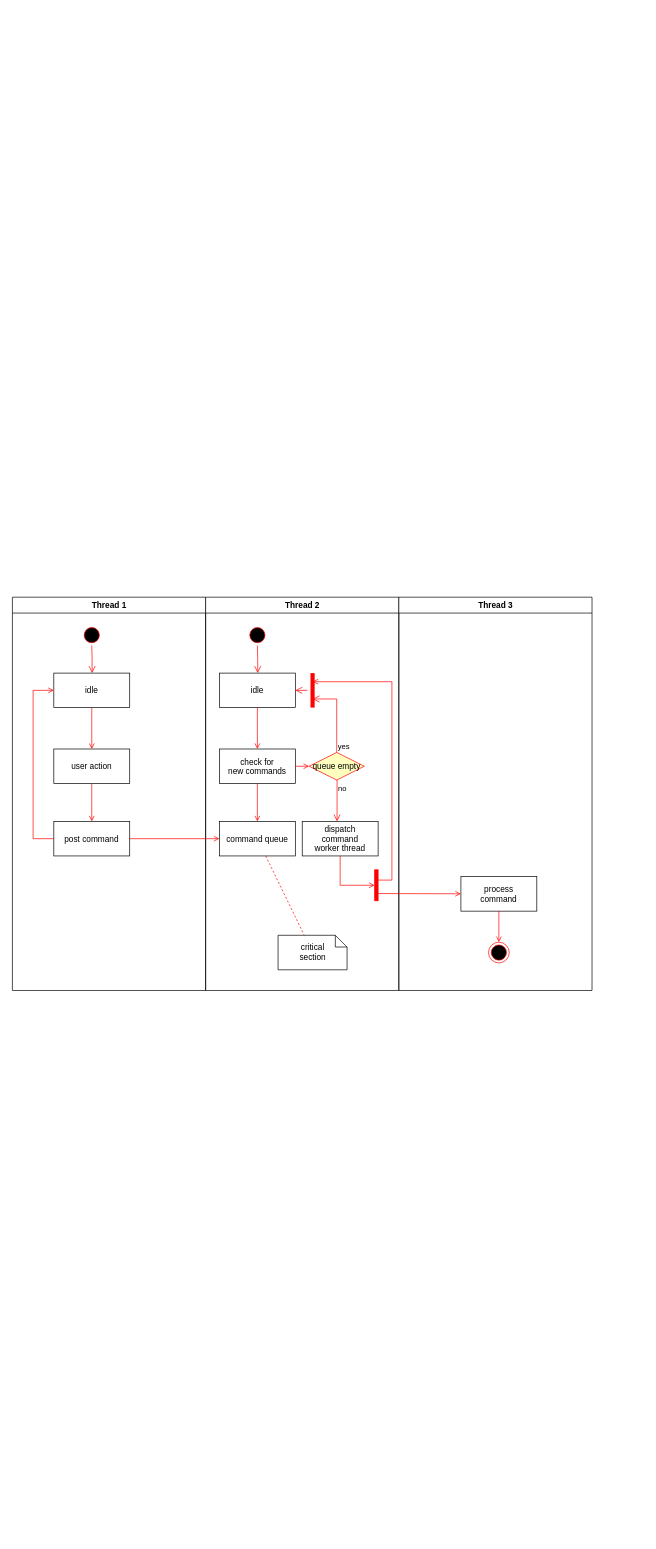
The draw.io diagram diagrams/Act Diag.drawio in ParthKapoor-dev/Purity.AI, before the edit. Source tidied: cells renumbered, new cells numbered last; positions are measured from the earlier drawing's top-left corner, leaving out a move shared by most shapes. Both pictures are drawn from the tidied source at 69%, with x=0, y=0 at pixel (12, 597).
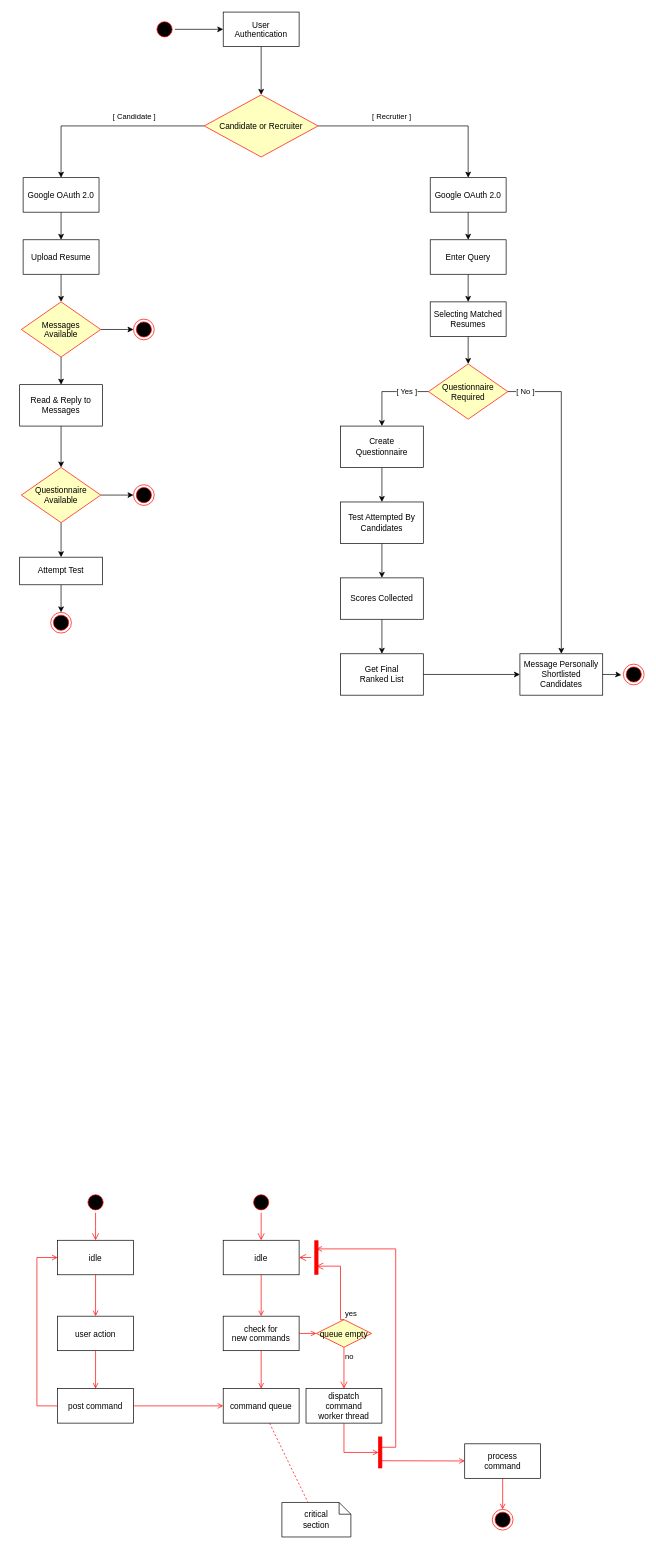
The same diagram, later.

The edit, as a diff of the source:
```diff
@@
-    <mxCell id="2" value="Thread 1" style="swimlane;whiteSpace=wrap;" parent="1" vertex="1">
-      <mxGeometry x="0.5" width="280" height="570" as="geometry" />
-    </mxCell>
-    <mxCell id="3" style="ellipse;shape=startState;fillColor=#000000;strokeColor=#ff0000;" parent="2" vertex="1">
-      <mxGeometry x="100" y="40" width="30" height="30" as="geometry" />
+    <mxCell id="3" style="ellipse;shape=startState;fillColor=#000000;strokeColor=#ff0000;" parent="1" vertex="1">
+      <mxGeometry x="106" y="862" width="30" height="30" as="geometry" />
     </mxCell>
-    <mxCell id="4" style="edgeStyle=elbowEdgeStyle;elbow=horizontal;verticalAlign=bottom;endArrow=open;endSize=8;strokeColor=#FF0000;endFill=1;rounded=0;" parent="2" edge="1" source="3" target="5">
-      <mxGeometry x="100" y="40" as="geometry" />
+    <mxCell id="4" style="edgeStyle=elbowEdgeStyle;elbow=horizontal;verticalAlign=bottom;endArrow=open;endSize=8;strokeColor=#FF0000;endFill=1;rounded=0;" parent="1" edge="1" source="3" target="5">
+      <mxGeometry x="264.5" y="168" as="geometry" />
     </mxCell>
-    <mxCell id="5" value="idle" parent="2" vertex="1">
-      <mxGeometry x="60" y="110" width="110" height="50" as="geometry" />
+    <mxCell id="5" value="idle" parent="1" vertex="1">
+      <mxGeometry x="66" y="932" width="110" height="50" as="geometry" />
     </mxCell>
-    <mxCell id="6" value="user action" parent="2" vertex="1">
-      <mxGeometry x="60" y="220" width="110" height="50" as="geometry" />
+    <mxCell id="6" value="user action" parent="1" vertex="1">
+      <mxGeometry x="66" y="1042" width="110" height="50" as="geometry" />
     </mxCell>
-    <mxCell id="7" style="endArrow=open;strokeColor=#FF0000;endFill=1;rounded=0;" parent="2" edge="1" source="5" target="6">
+    <mxCell id="7" style="endArrow=open;strokeColor=#FF0000;endFill=1;rounded=0;" parent="1" edge="1" source="5" target="6">
       <mxGeometry relative="1" as="geometry" />
     </mxCell>
-    <mxCell id="8" value="post command" parent="2" vertex="1">
-      <mxGeometry x="60" y="325" width="110" height="50" as="geometry" />
+    <mxCell id="8" value="post command" parent="1" vertex="1">
+      <mxGeometry x="66" y="1147" width="110" height="50" as="geometry" />
     </mxCell>
-    <mxCell id="9" style="endArrow=open;strokeColor=#FF0000;endFill=1;rounded=0;" parent="2" edge="1" source="6" target="8">
+    <mxCell id="9" style="endArrow=open;strokeColor=#FF0000;endFill=1;rounded=0;" parent="1" edge="1" source="6" target="8">
       <mxGeometry relative="1" as="geometry" />
     </mxCell>
-    <mxCell id="10" style="edgeStyle=elbowEdgeStyle;elbow=horizontal;strokeColor=#FF0000;endArrow=open;endFill=1;rounded=0;" parent="2" edge="1" source="8" target="5">
+    <mxCell id="10" style="edgeStyle=elbowEdgeStyle;elbow=horizontal;strokeColor=#FF0000;endArrow=open;endFill=1;rounded=0;" parent="1" edge="1" source="8" target="5">
       <mxGeometry relative="1" as="geometry">
         <Array as="points">
-          <mxPoint x="30" y="250" />
+          <mxPoint x="36" y="1072" />
         </Array>
       </mxGeometry>
     </mxCell>
-    <mxCell id="11" value="Thread 2" style="swimlane;whiteSpace=wrap;" parent="1" vertex="1">
-      <mxGeometry x="280.5" width="280" height="570" as="geometry" />
-    </mxCell>
-    <mxCell id="12" style="ellipse;shape=startState;fillColor=#000000;strokeColor=#ff0000;" parent="11" vertex="1">
-      <mxGeometry x="60" y="40" width="30" height="30" as="geometry" />
+    <mxCell id="12" style="ellipse;shape=startState;fillColor=#000000;strokeColor=#ff0000;" parent="1" vertex="1">
+      <mxGeometry x="346" y="862" width="30" height="30" as="geometry" />
     </mxCell>
-    <mxCell id="13" style="edgeStyle=elbowEdgeStyle;elbow=horizontal;verticalAlign=bottom;endArrow=open;endSize=8;strokeColor=#FF0000;endFill=1;rounded=0;" parent="11" edge="1" source="12" target="14">
-      <mxGeometry x="40" y="20" as="geometry" />
+    <mxCell id="13" style="edgeStyle=elbowEdgeStyle;elbow=horizontal;verticalAlign=bottom;endArrow=open;endSize=8;strokeColor=#FF0000;endFill=1;rounded=0;" parent="1" edge="1" source="12" target="14">
+      <mxGeometry x="484.5" y="148" as="geometry" />
     </mxCell>
-    <mxCell id="14" value="idle" parent="11" vertex="1">
-      <mxGeometry x="20" y="110" width="110" height="50" as="geometry" />
+    <mxCell id="14" value="idle" parent="1" vertex="1">
+      <mxGeometry x="306" y="932" width="110" height="50" as="geometry" />
     </mxCell>
-    <mxCell id="15" value="check for &#10;new commands" parent="11" vertex="1">
-      <mxGeometry x="20" y="220" width="110" height="50" as="geometry" />
+    <mxCell id="15" value="check for &#10;new commands" parent="1" vertex="1">
+      <mxGeometry x="306" y="1042" width="110" height="50" as="geometry" />
     </mxCell>
-    <mxCell id="16" style="endArrow=open;strokeColor=#FF0000;endFill=1;rounded=0;" parent="11" edge="1" source="14" target="15">
+    <mxCell id="16" style="endArrow=open;strokeColor=#FF0000;endFill=1;rounded=0;" parent="1" edge="1" source="14" target="15">
       <mxGeometry relative="1" as="geometry" />
     </mxCell>
-    <mxCell id="17" value="command queue" parent="11" vertex="1">
-      <mxGeometry x="20" y="325" width="110" height="50" as="geometry" />
+    <mxCell id="17" value="command queue" parent="1" vertex="1">
+      <mxGeometry x="306" y="1147" width="110" height="50" as="geometry" />
     </mxCell>
-    <mxCell id="18" style="endArrow=open;strokeColor=#FF0000;endFill=1;rounded=0;" parent="11" edge="1" source="15" target="17">
+    <mxCell id="18" style="endArrow=open;strokeColor=#FF0000;endFill=1;rounded=0;" parent="1" edge="1" source="15" target="17">
       <mxGeometry relative="1" as="geometry" />
     </mxCell>
-    <mxCell id="19" value="queue empty" style="rhombus;fillColor=#ffffc0;strokeColor=#ff0000;" parent="11" vertex="1">
-      <mxGeometry x="150" y="225" width="80" height="40" as="geometry" />
+    <mxCell id="19" value="queue empty" style="rhombus;fillColor=#ffffc0;strokeColor=#ff0000;" parent="1" vertex="1">
+      <mxGeometry x="441" y="1047" width="80" height="40" as="geometry" />
     </mxCell>
-    <mxCell id="20" value="yes" style="edgeStyle=elbowEdgeStyle;elbow=horizontal;align=left;verticalAlign=bottom;endArrow=open;endSize=8;strokeColor=#FF0000;exitX=0.5;exitY=0;endFill=1;rounded=0;entryX=0.75;entryY=0.5;entryPerimeter=0;" parent="11" edge="1" source="19" target="23">
+    <mxCell id="20" value="yes" style="edgeStyle=elbowEdgeStyle;elbow=horizontal;align=left;verticalAlign=bottom;endArrow=open;endSize=8;strokeColor=#FF0000;exitX=0.5;exitY=0;endFill=1;rounded=0;entryX=0.75;entryY=0.5;entryPerimeter=0;" parent="1" edge="1" source="19" target="23">
       <mxGeometry x="-1" relative="1" as="geometry">
         <Array as="points">
-          <mxPoint x="190" y="180" />
+          <mxPoint x="476" y="1002" />
         </Array>
       </mxGeometry>
     </mxCell>
-    <mxCell id="21" value="no" style="edgeStyle=elbowEdgeStyle;elbow=horizontal;align=left;verticalAlign=top;endArrow=open;endSize=8;strokeColor=#FF0000;endFill=1;rounded=0;" parent="11" edge="1" source="19" target="25">
+    <mxCell id="21" value="no" style="edgeStyle=elbowEdgeStyle;elbow=horizontal;align=left;verticalAlign=top;endArrow=open;endSize=8;strokeColor=#FF0000;endFill=1;rounded=0;" parent="1" edge="1" source="19" target="25">
       <mxGeometry x="-1" relative="1" as="geometry" />
     </mxCell>
-    <mxCell id="22" style="endArrow=open;strokeColor=#FF0000;endFill=1;rounded=0;" parent="11" edge="1" source="15" target="19">
+    <mxCell id="22" style="endArrow=open;strokeColor=#FF0000;endFill=1;rounded=0;" parent="1" edge="1" source="15" target="19">
       <mxGeometry relative="1" as="geometry" />
     </mxCell>
-    <mxCell id="23" style="shape=line;strokeWidth=6;strokeColor=#ff0000;rotation=90;" parent="11" vertex="1">
-      <mxGeometry x="130" y="127.5" width="50" height="15" as="geometry" />
+    <mxCell id="23" style="shape=line;strokeWidth=6;strokeColor=#ff0000;rotation=90;" parent="1" vertex="1">
+      <mxGeometry x="416" y="949.5" width="50" height="15" as="geometry" />
     </mxCell>
-    <mxCell id="24" style="edgeStyle=elbowEdgeStyle;elbow=horizontal;verticalAlign=bottom;endArrow=open;endSize=8;strokeColor=#FF0000;endFill=1;rounded=0;" parent="11" edge="1" source="23" target="14">
-      <mxGeometry x="130" y="90" as="geometry" />
+    <mxCell id="24" style="edgeStyle=elbowEdgeStyle;elbow=horizontal;verticalAlign=bottom;endArrow=open;endSize=8;strokeColor=#FF0000;endFill=1;rounded=0;" parent="1" edge="1" source="23" target="14">
+      <mxGeometry x="574.5" y="218" as="geometry" />
     </mxCell>
-    <mxCell id="25" value="dispatch&#10;command&#10;worker thread" parent="11" vertex="1">
-      <mxGeometry x="140" y="325" width="110" height="50" as="geometry" />
+    <mxCell id="25" value="dispatch&#10;command&#10;worker thread" parent="1" vertex="1">
+      <mxGeometry x="426" y="1147" width="110" height="50" as="geometry" />
     </mxCell>
-    <mxCell id="26" value="critical&#10;section" style="shape=note;whiteSpace=wrap;size=17;" parent="11" vertex="1">
-      <mxGeometry x="105" y="490" width="100" height="50" as="geometry" />
+    <mxCell id="26" value="critical&#10;section" style="shape=note;whiteSpace=wrap;size=17;" parent="1" vertex="1">
+      <mxGeometry x="391" y="1312" width="100" height="50" as="geometry" />
     </mxCell>
-    <mxCell id="27" style="endArrow=none;strokeColor=#FF0000;endFill=0;rounded=0;dashed=1;" parent="11" edge="1" source="17" target="26">
+    <mxCell id="27" style="endArrow=none;strokeColor=#FF0000;endFill=0;rounded=0;dashed=1;" parent="1" edge="1" source="17" target="26">
       <mxGeometry relative="1" as="geometry" />
     </mxCell>
-    <mxCell id="28" style="whiteSpace=wrap;strokeColor=#FF0000;fillColor=#FF0000;" parent="11" vertex="1">
-      <mxGeometry x="245" y="395" width="5" height="45" as="geometry" />
+    <mxCell id="28" style="whiteSpace=wrap;strokeColor=#FF0000;fillColor=#FF0000;" parent="1" vertex="1">
+      <mxGeometry x="531" y="1217" width="5" height="45" as="geometry" />
     </mxCell>
-    <mxCell id="29" style="edgeStyle=elbowEdgeStyle;elbow=horizontal;entryX=0;entryY=0.5;strokeColor=#FF0000;endArrow=open;endFill=1;rounded=0;" parent="11" edge="1" source="25" target="28">
+    <mxCell id="29" style="edgeStyle=elbowEdgeStyle;elbow=horizontal;entryX=0;entryY=0.5;strokeColor=#FF0000;endArrow=open;endFill=1;rounded=0;" parent="1" edge="1" source="25" target="28">
       <mxGeometry relative="1" as="geometry">
         <Array as="points">
-          <mxPoint x="195" y="400" />
+          <mxPoint x="481" y="1222" />
         </Array>
       </mxGeometry>
     </mxCell>
-    <mxCell id="30" value="Thread 3" style="swimlane;whiteSpace=wrap;" parent="1" vertex="1">
-      <mxGeometry x="560.5" width="280" height="570" as="geometry" />
-    </mxCell>
-    <mxCell id="31" value="process&#10;command" parent="30" vertex="1">
-      <mxGeometry x="90" y="405" width="110" height="50" as="geometry" />
+    <mxCell id="31" value="process&#10;command" parent="1" vertex="1">
+      <mxGeometry x="656" y="1227" width="110" height="50" as="geometry" />
     </mxCell>
-    <mxCell id="32" style="edgeStyle=elbowEdgeStyle;elbow=horizontal;strokeColor=#FF0000;endArrow=open;endFill=1;rounded=0;entryX=0.25;entryY=0.5;entryPerimeter=0;" parent="30" edge="1" target="23">
+    <mxCell id="32" style="edgeStyle=elbowEdgeStyle;elbow=horizontal;strokeColor=#FF0000;endArrow=open;endFill=1;rounded=0;entryX=0.25;entryY=0.5;entryPerimeter=0;" parent="1" edge="1" target="23">
       <mxGeometry relative="1" as="geometry">
-        <mxPoint x="-30" y="410" as="sourcePoint" />
+        <mxPoint x="536" y="1232" as="sourcePoint" />
         <Array as="points">
-          <mxPoint x="-10" y="135" />
+          <mxPoint x="556" y="957" />
         </Array>
       </mxGeometry>
     </mxCell>
-    <mxCell id="33" style="edgeStyle=none;strokeColor=#FF0000;endArrow=open;endFill=1;rounded=0;" parent="30" edge="1" target="31">
+    <mxCell id="33" style="edgeStyle=none;strokeColor=#FF0000;endArrow=open;endFill=1;rounded=0;" parent="1" edge="1" target="31">
       <mxGeometry relative="1" as="geometry">
-        <mxPoint x="-30" y="429.5" as="sourcePoint" />
+        <mxPoint x="536" y="1251.5" as="sourcePoint" />
       </mxGeometry>
     </mxCell>
-    <mxCell id="34" style="ellipse;shape=endState;fillColor=#000000;strokeColor=#ff0000;" parent="30" vertex="1">
-      <mxGeometry x="130" y="500" width="30" height="30" as="geometry" />
+    <mxCell id="34" style="ellipse;shape=endState;fillColor=#000000;strokeColor=#ff0000;" parent="1" vertex="1">
+      <mxGeometry x="696" y="1322" width="30" height="30" as="geometry" />
     </mxCell>
-    <mxCell id="35" style="endArrow=open;strokeColor=#FF0000;endFill=1;rounded=0;" parent="30" edge="1" source="31" target="34">
+    <mxCell id="35" style="endArrow=open;strokeColor=#FF0000;endFill=1;rounded=0;" parent="1" edge="1" source="31" target="34">
       <mxGeometry relative="1" as="geometry" />
     </mxCell>
@@
+    <mxCell id="37" style="edgeStyle=orthogonalEdgeStyle;rounded=0;jettySize=auto;html=1;" parent="1" edge="1" source="38" target="40">
+      <mxGeometry relative="1" as="geometry" />
+    </mxCell>
+    <mxCell id="38" style="ellipse;shape=startState;fillColor=#000000;strokeColor=#ff0000;" parent="1" vertex="1">
+      <mxGeometry x="206" y="-838" width="30" height="30" as="geometry" />
+    </mxCell>
+    <mxCell id="39" style="edgeStyle=orthogonalEdgeStyle;rounded=0;jettySize=auto;html=1;" parent="1" edge="1" source="40" target="45">
+      <mxGeometry relative="1" as="geometry" />
+    </mxCell>
+    <mxCell id="40" value="User&#10;Authentication" parent="1" vertex="1">
+      <mxGeometry x="306" y="-848" width="110" height="50" as="geometry" />
+    </mxCell>
+    <mxCell id="41" style="edgeStyle=orthogonalEdgeStyle;rounded=0;jettySize=auto;html=1;entryX=0.5;entryY=0;entryDx=0;entryDy=0;" parent="1" edge="1" source="45" target="47">
+      <mxGeometry relative="1" as="geometry" />
+    </mxCell>
+    <mxCell id="42" value="[ Candidate ]" style="edgeLabel;html=1;align=center;verticalAlign=middle;" parent="41" vertex="1">
+      <mxGeometry x="-0.36" y="1" relative="1" as="geometry">
+        <mxPoint x="-12" y="-16" as="offset" />
+      </mxGeometry>
+    </mxCell>
+    <mxCell id="43" style="edgeStyle=orthogonalEdgeStyle;rounded=0;jettySize=auto;html=1;entryX=0.5;entryY=0;entryDx=0;entryDy=0;" parent="1" edge="1" source="45" target="49">
+      <mxGeometry relative="1" as="geometry">
+        <Array as="points">
+          <mxPoint x="661" y="-683" />
+        </Array>
+      </mxGeometry>
+    </mxCell>
+    <mxCell id="44" value="[ Recrutier ]" style="edgeLabel;html=1;align=center;verticalAlign=middle;" parent="43" vertex="1">
+      <mxGeometry x="-0.13" y="2" relative="1" as="geometry">
+        <mxPoint x="-21" y="-13" as="offset" />
+      </mxGeometry>
+    </mxCell>
+    <mxCell id="45" value="Candidate or Recruiter" style="rhombus;fillColor=#ffffc0;strokeColor=#ff0000;" parent="1" vertex="1">
+      <mxGeometry x="278.5" y="-728" width="165" height="90" as="geometry" />
+    </mxCell>
+    <mxCell id="46" style="edgeStyle=orthogonalEdgeStyle;rounded=0;jettySize=auto;html=1;" parent="1" edge="1" source="47" target="51">
+      <mxGeometry relative="1" as="geometry" />
+    </mxCell>
+    <mxCell id="47" value="Google OAuth 2.0" parent="1" vertex="1">
+      <mxGeometry x="16" y="-608" width="110" height="50" as="geometry" />
+    </mxCell>
+    <mxCell id="48" style="edgeStyle=orthogonalEdgeStyle;rounded=0;jettySize=auto;html=1;" parent="1" edge="1" source="49" target="66">
+      <mxGeometry relative="1" as="geometry" />
+    </mxCell>
+    <mxCell id="49" value="Google OAuth 2.0" parent="1" vertex="1">
+      <mxGeometry x="606" y="-608" width="110" height="50" as="geometry" />
+    </mxCell>
+    <mxCell id="50" style="edgeStyle=orthogonalEdgeStyle;rounded=0;jettySize=auto;html=1;" parent="1" edge="1" source="51" target="54">
+      <mxGeometry relative="1" as="geometry" />
+    </mxCell>
+    <mxCell id="51" value="Upload Resume" parent="1" vertex="1">
+      <mxGeometry x="16" y="-518" width="110" height="50" as="geometry" />
+    </mxCell>
+    <mxCell id="52" style="edgeStyle=orthogonalEdgeStyle;rounded=0;jettySize=auto;html=1;" parent="1" edge="1" source="54" target="56">
+      <mxGeometry relative="1" as="geometry" />
+    </mxCell>
+    <mxCell id="53" style="edgeStyle=orthogonalEdgeStyle;rounded=0;jettySize=auto;html=1;entryX=0;entryY=0.5;entryDx=0;entryDy=0;" parent="1" edge="1" source="54" target="63">
+      <mxGeometry relative="1" as="geometry" />
+    </mxCell>
+    <mxCell id="54" value="Messages &#10;Available" style="rhombus;fillColor=#ffffc0;strokeColor=#ff0000;" parent="1" vertex="1">
+      <mxGeometry x="13.5" y="-428" width="115" height="80" as="geometry" />
+    </mxCell>
+    <mxCell id="55" style="edgeStyle=orthogonalEdgeStyle;rounded=0;jettySize=auto;html=1;entryX=0.5;entryY=0;entryDx=0;entryDy=0;" parent="1" edge="1" source="56" target="59">
+      <mxGeometry relative="1" as="geometry" />
+    </mxCell>
+    <mxCell id="56" value="Read &amp;amp; Reply to Messages" style="whiteSpace=wrap;html=1;" parent="1" vertex="1">
+      <mxGeometry x="11" y="-308" width="120" height="60" as="geometry" />
+    </mxCell>
+    <mxCell id="57" style="edgeStyle=orthogonalEdgeStyle;rounded=0;jettySize=auto;html=1;" parent="1" edge="1" source="59" target="61">
+      <mxGeometry relative="1" as="geometry" />
+    </mxCell>
+    <mxCell id="58" style="edgeStyle=orthogonalEdgeStyle;rounded=0;jettySize=auto;html=1;exitX=1;exitY=0.5;exitDx=0;exitDy=0;entryX=0;entryY=0.5;entryDx=0;entryDy=0;" parent="1" edge="1" source="59" target="64">
+      <mxGeometry relative="1" as="geometry" />
+    </mxCell>
+    <mxCell id="59" value="Questionnaire&#10;Available" style="rhombus;fillColor=#ffffc0;strokeColor=#ff0000;" parent="1" vertex="1">
+      <mxGeometry x="13.5" y="-188" width="115" height="80" as="geometry" />
+    </mxCell>
+    <mxCell id="60" style="edgeStyle=orthogonalEdgeStyle;rounded=0;jettySize=auto;html=1;entryX=0.5;entryY=0;entryDx=0;entryDy=0;" parent="1" edge="1" source="61" target="62">
+      <mxGeometry relative="1" as="geometry" />
+    </mxCell>
+    <mxCell id="61" value="Attempt Test" style="whiteSpace=wrap;html=1;" parent="1" vertex="1">
+      <mxGeometry x="11" y="-58" width="120" height="40" as="geometry" />
+    </mxCell>
+    <mxCell id="62" style="ellipse;shape=endState;fillColor=#000000;strokeColor=#ff0000;" parent="1" vertex="1">
+      <mxGeometry x="56" y="22" width="30" height="30" as="geometry" />
+    </mxCell>
+    <mxCell id="63" style="ellipse;shape=endState;fillColor=#000000;strokeColor=#ff0000;" parent="1" vertex="1">
+      <mxGeometry x="176" y="-403" width="30" height="30" as="geometry" />
+    </mxCell>
+    <mxCell id="64" style="ellipse;shape=endState;fillColor=#000000;strokeColor=#ff0000;" parent="1" vertex="1">
+      <mxGeometry x="176" y="-163" width="30" height="30" as="geometry" />
+    </mxCell>
+    <mxCell id="65" style="edgeStyle=orthogonalEdgeStyle;rounded=0;jettySize=auto;html=1;" parent="1" edge="1" source="66" target="68">
+      <mxGeometry relative="1" as="geometry" />
+    </mxCell>
+    <mxCell id="66" value="Enter Query" parent="1" vertex="1">
+      <mxGeometry x="606" y="-518" width="110" height="50" as="geometry" />
+    </mxCell>
+    <mxCell id="67" style="edgeStyle=orthogonalEdgeStyle;rounded=0;jettySize=auto;html=1;entryX=0.5;entryY=0;entryDx=0;entryDy=0;" parent="1" edge="1" source="68" target="73">
+      <mxGeometry relative="1" as="geometry" />
+    </mxCell>
+    <mxCell id="68" value="Selecting Matched &#10;Resumes" parent="1" vertex="1">
+      <mxGeometry x="606" y="-428" width="110" height="50" as="geometry" />
+    </mxCell>
+    <mxCell id="69" style="edgeStyle=orthogonalEdgeStyle;rounded=0;jettySize=auto;html=1;" parent="1" edge="1" source="73" target="75">
+      <mxGeometry relative="1" as="geometry" />
+    </mxCell>
+    <mxCell id="70" value="[ Yes ]" style="edgeLabel;html=1;align=center;verticalAlign=middle;" parent="69" vertex="1">
+      <mxGeometry x="-0.46" y="-1" relative="1" as="geometry" />
+    </mxCell>
+    <mxCell id="71" style="edgeStyle=orthogonalEdgeStyle;rounded=0;jettySize=auto;html=1;entryX=0.5;entryY=0;entryDx=0;entryDy=0;" parent="1" edge="1" source="73" target="82">
+      <mxGeometry relative="1" as="geometry" />
+    </mxCell>
+    <mxCell id="72" value="[ No ]" style="edgeLabel;html=1;align=center;verticalAlign=middle;" parent="71" vertex="1">
+      <mxGeometry x="-0.89" y="1" relative="1" as="geometry" />
+    </mxCell>
+    <mxCell id="73" value="Questionnaire&#10;Required" style="rhombus;fillColor=#ffffc0;strokeColor=#ff0000;" parent="1" vertex="1">
+      <mxGeometry x="603.5" y="-338" width="115" height="80" as="geometry" />
+    </mxCell>
+    <mxCell id="74" style="edgeStyle=orthogonalEdgeStyle;rounded=0;jettySize=auto;html=1;" parent="1" edge="1" source="75" target="77">
+      <mxGeometry relative="1" as="geometry" />
+    </mxCell>
+    <mxCell id="75" value="Create&lt;br&gt;Questionnaire" style="whiteSpace=wrap;html=1;" parent="1" vertex="1">
+      <mxGeometry x="476" y="-248" width="120" height="60" as="geometry" />
+    </mxCell>
+    <mxCell id="76" style="edgeStyle=orthogonalEdgeStyle;rounded=0;jettySize=auto;html=1;" parent="1" edge="1" source="77" target="79">
+      <mxGeometry relative="1" as="geometry" />
+    </mxCell>
+    <mxCell id="77" value="Test Attempted By Candidates" style="whiteSpace=wrap;html=1;" parent="1" vertex="1">
+      <mxGeometry x="476" y="-138" width="120" height="60" as="geometry" />
+    </mxCell>
+    <mxCell id="78" style="edgeStyle=orthogonalEdgeStyle;rounded=0;jettySize=auto;html=1;" parent="1" edge="1" source="79" target="81">
+      <mxGeometry relative="1" as="geometry" />
+    </mxCell>
+    <mxCell id="79" value="Scores Collected" style="whiteSpace=wrap;html=1;" parent="1" vertex="1">
+      <mxGeometry x="476" y="-28" width="120" height="60" as="geometry" />
+    </mxCell>
+    <mxCell id="80" style="edgeStyle=orthogonalEdgeStyle;rounded=0;jettySize=auto;html=1;" parent="1" edge="1" source="81" target="82">
+      <mxGeometry relative="1" as="geometry" />
+    </mxCell>
+    <mxCell id="81" value="Get Final &lt;br&gt;Ranked List" style="whiteSpace=wrap;html=1;" parent="1" vertex="1">
+      <mxGeometry x="476" y="82" width="120" height="60" as="geometry" />
+    </mxCell>
+    <mxCell id="82" value="Message Personally Shortlisted Candidates" style="whiteSpace=wrap;html=1;" parent="1" vertex="1">
+      <mxGeometry x="736" y="82" width="120" height="60" as="geometry" />
+    </mxCell>
+    <mxCell id="83" style="ellipse;shape=endState;fillColor=#000000;strokeColor=#ff0000;" parent="1" vertex="1">
+      <mxGeometry x="886" y="97" width="30" height="30" as="geometry" />
+    </mxCell>
+    <mxCell id="84" style="edgeStyle=orthogonalEdgeStyle;rounded=0;jettySize=auto;html=1;entryX=-0.102;entryY=0.528;entryDx=0;entryDy=0;entryPerimeter=0;" parent="1" edge="1" source="82" target="83">
+      <mxGeometry relative="1" as="geometry" />
+    </mxCell>
```
